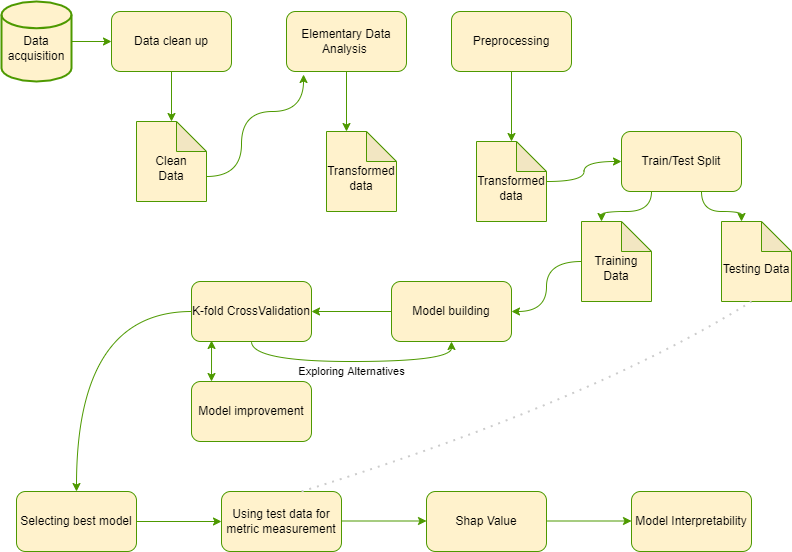
Jleung1996/Bank-TeleMarketing keeps this draw.io diagram as Relevant Information/Workflow.png. Above is the earlier version. Source tidied: cells renumbered, new cells last; positions are measured from the earlier drawing's top-left corner, leaving out a move shared by most shapes. Source of this version:
```xml
<mxGraphModel background="#FFFFFF">
  <root>
    <mxCell id="0" />
    <mxCell id="1" parent="0" />
    <mxCell id="2" style="edgeStyle=orthogonalEdgeStyle;curved=1;rounded=1;jettySize=auto;html=1;exitX=1;exitY=0.5;exitDx=0;exitDy=0;exitPerimeter=0;entryX=0;entryY=0.5;entryDx=0;entryDy=0;fillColor=#fff2cc;strokeColor=#4D9900;" parent="1" edge="1" source="3" target="5">
      <mxGeometry relative="1" as="geometry" />
    </mxCell>
    <mxCell id="3" value="&lt;br&gt;Data acquisition" style="strokeWidth=2;html=1;shape=mxgraph.flowchart.database;whiteSpace=wrap;rounded=1;fillColor=#fff2cc;strokeColor=#4D9900;" parent="1" vertex="1">
      <mxGeometry width="70" height="80" as="geometry" />
    </mxCell>
    <mxCell id="4" style="edgeStyle=orthogonalEdgeStyle;curved=1;rounded=1;jettySize=auto;html=1;exitX=0.5;exitY=1;exitDx=0;exitDy=0;fillColor=#fff2cc;strokeColor=#4D9900;" parent="1" edge="1" source="5">
      <mxGeometry relative="1" as="geometry">
        <mxPoint x="170" y="120" as="targetPoint" />
      </mxGeometry>
    </mxCell>
    <mxCell id="5" value="Data clean up" style="rounded=1;whiteSpace=wrap;html=1;fillColor=#fff2cc;strokeColor=#4D9900;" parent="1" vertex="1">
      <mxGeometry x="110" y="10" width="120" height="60" as="geometry" />
    </mxCell>
    <mxCell id="6" style="edgeStyle=orthogonalEdgeStyle;curved=1;rounded=1;jettySize=auto;html=1;exitX=0.5;exitY=1;exitDx=0;exitDy=0;entryX=0;entryY=0;entryDx=20;entryDy=0;entryPerimeter=0;fillColor=#fff2cc;strokeColor=#4D9900;" parent="1" edge="1" source="7" target="10">
      <mxGeometry relative="1" as="geometry" />
    </mxCell>
    <mxCell id="7" value="Elementary Data Analysis&amp;nbsp;" style="rounded=1;whiteSpace=wrap;html=1;fillColor=#fff2cc;strokeColor=#4D9900;" parent="1" vertex="1">
      <mxGeometry x="285" y="10" width="120" height="60" as="geometry" />
    </mxCell>
    <mxCell id="8" style="edgeStyle=orthogonalEdgeStyle;curved=1;rounded=1;jettySize=auto;html=1;exitX=0;exitY=0;exitDx=70;exitDy=55;exitPerimeter=0;entryX=0.142;entryY=1.05;entryDx=0;entryDy=0;entryPerimeter=0;fillColor=#fff2cc;strokeColor=#4D9900;" parent="1" edge="1" source="9" target="7">
      <mxGeometry relative="1" as="geometry">
        <Array as="points">
          <mxPoint x="240" y="175" />
          <mxPoint x="240" y="110" />
          <mxPoint x="302" y="110" />
        </Array>
      </mxGeometry>
    </mxCell>
    <mxCell id="9" value="&lt;br&gt;Clean&lt;br&gt;Data" style="shape=note;whiteSpace=wrap;html=1;backgroundOutline=1;darkOpacity=0.05;rounded=1;fillColor=#fff2cc;strokeColor=#4D9900;" parent="1" vertex="1">
      <mxGeometry x="135" y="120" width="70" height="80" as="geometry" />
    </mxCell>
    <mxCell id="10" value="&lt;br&gt;Transformed data" style="shape=note;whiteSpace=wrap;html=1;backgroundOutline=1;darkOpacity=0.05;rounded=1;fillColor=#fff2cc;strokeColor=#4D9900;" parent="1" vertex="1">
      <mxGeometry x="325" y="130" width="70" height="80" as="geometry" />
    </mxCell>
    <mxCell id="11" style="edgeStyle=orthogonalEdgeStyle;curved=1;rounded=1;jettySize=auto;html=1;fillColor=#fff2cc;strokeColor=#4D9900;" parent="1" edge="1" source="12" target="14">
      <mxGeometry relative="1" as="geometry" />
    </mxCell>
    <mxCell id="12" value="&lt;span&gt;Preprocessing&lt;/span&gt;&lt;br&gt;" style="whiteSpace=wrap;html=1;rounded=1;fillColor=#fff2cc;strokeColor=#4D9900;" parent="1" vertex="1">
      <mxGeometry x="450" y="10" width="120" height="60" as="geometry" />
    </mxCell>
    <mxCell id="13" style="edgeStyle=orthogonalEdgeStyle;curved=1;rounded=1;jettySize=auto;html=1;strokeColor=#4D9900;" parent="1" edge="1" source="14" target="17">
      <mxGeometry relative="1" as="geometry" />
    </mxCell>
    <mxCell id="14" value="&lt;br&gt;Transformed data" style="shape=note;whiteSpace=wrap;html=1;backgroundOutline=1;darkOpacity=0.05;rounded=1;fillColor=#fff2cc;strokeColor=#4D9900;" parent="1" vertex="1">
      <mxGeometry x="475" y="140" width="70" height="80" as="geometry" />
    </mxCell>
    <mxCell id="15" style="edgeStyle=orthogonalEdgeStyle;curved=1;rounded=1;jettySize=auto;html=1;exitX=0.25;exitY=1;exitDx=0;exitDy=0;entryX=0;entryY=0;entryDx=20;entryDy=0;entryPerimeter=0;strokeColor=#4D9900;" parent="1" edge="1" source="17" target="20">
      <mxGeometry relative="1" as="geometry" />
    </mxCell>
    <mxCell id="16" style="edgeStyle=orthogonalEdgeStyle;curved=1;rounded=1;jettySize=auto;html=1;entryX=0;entryY=0;entryDx=20;entryDy=0;entryPerimeter=0;strokeColor=#4D9900;" parent="1" edge="1" source="17" target="18">
      <mxGeometry relative="1" as="geometry">
        <Array as="points">
          <mxPoint x="700" y="210" />
          <mxPoint x="740" y="210" />
        </Array>
      </mxGeometry>
    </mxCell>
    <mxCell id="17" value="Train/Test Split" style="whiteSpace=wrap;html=1;fillColor=#fff2cc;strokeColor=#4D9900;rounded=1;" parent="1" vertex="1">
      <mxGeometry x="620" y="130" width="120" height="60" as="geometry" />
    </mxCell>
    <mxCell id="18" value="&lt;br&gt;Testing Data" style="shape=note;whiteSpace=wrap;html=1;backgroundOutline=1;darkOpacity=0.05;rounded=1;fillColor=#fff2cc;strokeColor=#4D9900;" parent="1" vertex="1">
      <mxGeometry x="720" y="220" width="70" height="80" as="geometry" />
    </mxCell>
    <mxCell id="19" style="edgeStyle=orthogonalEdgeStyle;curved=1;rounded=1;jettySize=auto;html=1;strokeColor=#4D9900;" parent="1" edge="1" source="20" target="22">
      <mxGeometry relative="1" as="geometry" />
    </mxCell>
    <mxCell id="20" value="&lt;br&gt;Training Data" style="shape=note;whiteSpace=wrap;html=1;backgroundOutline=1;darkOpacity=0.05;rounded=1;fillColor=#fff2cc;strokeColor=#4D9900;" parent="1" vertex="1">
      <mxGeometry x="580" y="220" width="70" height="80" as="geometry" />
    </mxCell>
    <mxCell id="21" style="edgeStyle=orthogonalEdgeStyle;curved=1;rounded=1;jettySize=auto;html=1;strokeColor=#4D9900;" parent="1" edge="1" source="22" target="25">
      <mxGeometry relative="1" as="geometry" />
    </mxCell>
    <mxCell id="22" value="Model building" style="whiteSpace=wrap;html=1;fillColor=#fff2cc;strokeColor=#4D9900;rounded=1;" parent="1" vertex="1">
      <mxGeometry x="390" y="280" width="120" height="60" as="geometry" />
    </mxCell>
    <mxCell id="23" value="Exploring Alternatives" style="edgeStyle=orthogonalEdgeStyle;curved=1;rounded=1;jettySize=auto;html=1;exitX=0.5;exitY=1;exitDx=0;exitDy=0;entryX=0.5;entryY=1;entryDx=0;entryDy=0;strokeColor=#4D9900;" parent="1" edge="1" source="25" target="22">
      <mxGeometry y="-10" relative="1" as="geometry">
        <Array as="points">
          <mxPoint x="250" y="360" />
          <mxPoint x="450" y="360" />
        </Array>
      </mxGeometry>
    </mxCell>
    <mxCell id="24" style="edgeStyle=orthogonalEdgeStyle;curved=1;rounded=1;jettySize=auto;html=1;strokeColor=#4D9900;" parent="1" edge="1" source="25" target="29">
      <mxGeometry relative="1" as="geometry" />
    </mxCell>
    <mxCell id="25" value="K-fold CrossValidation" style="whiteSpace=wrap;html=1;fillColor=#fff2cc;strokeColor=#4D9900;rounded=1;" parent="1" vertex="1">
      <mxGeometry x="190" y="280" width="120" height="60" as="geometry" />
    </mxCell>
    <mxCell id="26" value="Model improvement" style="whiteSpace=wrap;html=1;fillColor=#fff2cc;strokeColor=#4D9900;rounded=1;" parent="1" vertex="1">
      <mxGeometry x="190" y="380" width="120" height="60" as="geometry" />
    </mxCell>
    <mxCell id="27" style="endArrow=classic;startArrow=classic;html=1;rounded=1;strokeColor=#4D9900;curved=1;entryX=0.167;entryY=0.983;entryDx=0;entryDy=0;entryPerimeter=0;" parent="1" edge="1" target="25">
      <mxGeometry relative="1" as="geometry">
        <mxPoint x="210" y="380" as="sourcePoint" />
      </mxGeometry>
    </mxCell>
    <mxCell id="28" style="edgeStyle=orthogonalEdgeStyle;curved=1;rounded=1;jettySize=auto;html=1;strokeColor=#4D9900;" parent="1" edge="1" source="29" target="30">
      <mxGeometry relative="1" as="geometry" />
    </mxCell>
    <mxCell id="29" value="Selecting best model" style="whiteSpace=wrap;html=1;fillColor=#fff2cc;strokeColor=#4D9900;rounded=1;" parent="1" vertex="1">
      <mxGeometry x="15" y="490" width="120" height="60" as="geometry" />
    </mxCell>
    <mxCell id="30" value="Using test data for metric measurement" style="whiteSpace=wrap;html=1;fillColor=#fff2cc;strokeColor=#4D9900;rounded=1;" parent="1" vertex="1">
      <mxGeometry x="220" y="490" width="120" height="60" as="geometry" />
    </mxCell>
    <mxCell id="31" style="endArrow=none;dashed=1;html=1;dashPattern=1 3;strokeWidth=2;rounded=1;curved=1;exitX=0.667;exitY=0;exitDx=0;exitDy=0;exitPerimeter=0;fontColor=#000000;strokeColor=#CCCCCC;" parent="1" edge="1" source="30">
      <mxGeometry x="0.32" y="-2" relative="1" as="geometry">
        <mxPoint x="750" y="300" as="targetPoint" />
        <Array as="points">
          <mxPoint x="590" y="400" />
        </Array>
      </mxGeometry>
    </mxCell>
    <mxCell id="32" style="edgeStyle=orthogonalEdgeStyle;curved=1;rounded=1;orthogonalLoop=1;jettySize=auto;html=1;strokeColor=#4D9900;" parent="1" edge="1">
      <mxGeometry relative="1" as="geometry">
        <mxPoint x="340" y="519.5" as="sourcePoint" />
        <mxPoint x="425" y="519.5" as="targetPoint" />
      </mxGeometry>
    </mxCell>
    <mxCell id="33" value="Shap Value" style="whiteSpace=wrap;html=1;fillColor=#fff2cc;strokeColor=#4D9900;rounded=1;" parent="1" vertex="1">
      <mxGeometry x="425" y="490" width="120" height="60" as="geometry" />
    </mxCell>
    <mxCell id="34" value="Model Interpretability" style="whiteSpace=wrap;html=1;fillColor=#fff2cc;strokeColor=#4D9900;rounded=1;" parent="1" vertex="1">
      <mxGeometry x="630" y="490" width="120" height="60" as="geometry" />
    </mxCell>
    <mxCell id="35" style="edgeStyle=orthogonalEdgeStyle;curved=1;rounded=1;orthogonalLoop=1;jettySize=auto;html=1;strokeColor=#4D9900;" parent="1" edge="1">
      <mxGeometry relative="1" as="geometry">
        <mxPoint x="545" y="519.5" as="sourcePoint" />
        <mxPoint x="630" y="519.5" as="targetPoint" />
      </mxGeometry>
    </mxCell>
  </root>
</mxGraphModel>
```
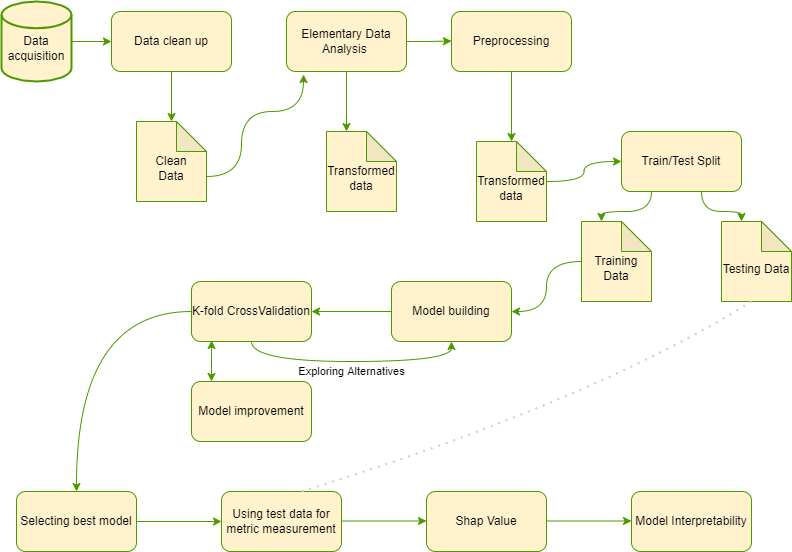
After the change.

What changed in the source:
```diff
@@ -19,6 +19,9 @@
     <mxCell id="6" style="edgeStyle=orthogonalEdgeStyle;curved=1;rounded=1;jettySize=auto;html=1;exitX=0.5;exitY=1;exitDx=0;exitDy=0;entryX=0;entryY=0;entryDx=20;entryDy=0;entryPerimeter=0;fillColor=#fff2cc;strokeColor=#4D9900;" parent="1" edge="1" source="7" target="10">
       <mxGeometry relative="1" as="geometry" />
     </mxCell>
+    <mxCell id="36" style="edgeStyle=orthogonalEdgeStyle;curved=1;rounded=1;jettySize=auto;html=1;fontColor=#000000;strokeColor=#B3FF66;" parent="1" edge="1" source="7" target="12">
+      <mxGeometry relative="1" as="geometry" />
+    </mxCell>
     <mxCell id="7" value="Elementary Data Analysis&amp;nbsp;" style="rounded=1;whiteSpace=wrap;html=1;fillColor=#fff2cc;strokeColor=#4D9900;" parent="1" vertex="1">
       <mxGeometry x="285" y="10" width="120" height="60" as="geometry" />
     </mxCell>
@@ -135,5 +138,13 @@
         <mxPoint x="630" y="519.5" as="targetPoint" />
       </mxGeometry>
     </mxCell>
+    <mxCell id="37" style="edgeStyle=orthogonalEdgeStyle;curved=1;rounded=1;jettySize=auto;html=1;exitX=1;exitY=0.5;exitDx=0;exitDy=0;entryX=0;entryY=0.5;entryDx=0;entryDy=0;fillColor=#fff2cc;strokeColor=#4D9900;" parent="1" edge="1" source="7">
+      <mxGeometry relative="1" as="geometry">
+        <mxPoint x="450" y="39.5" as="targetPoint" />
+        <Array as="points">
+          <mxPoint x="425" y="40" />
+        </Array>
+      </mxGeometry>
+    </mxCell>
   </root>
 </mxGraphModel>
```
